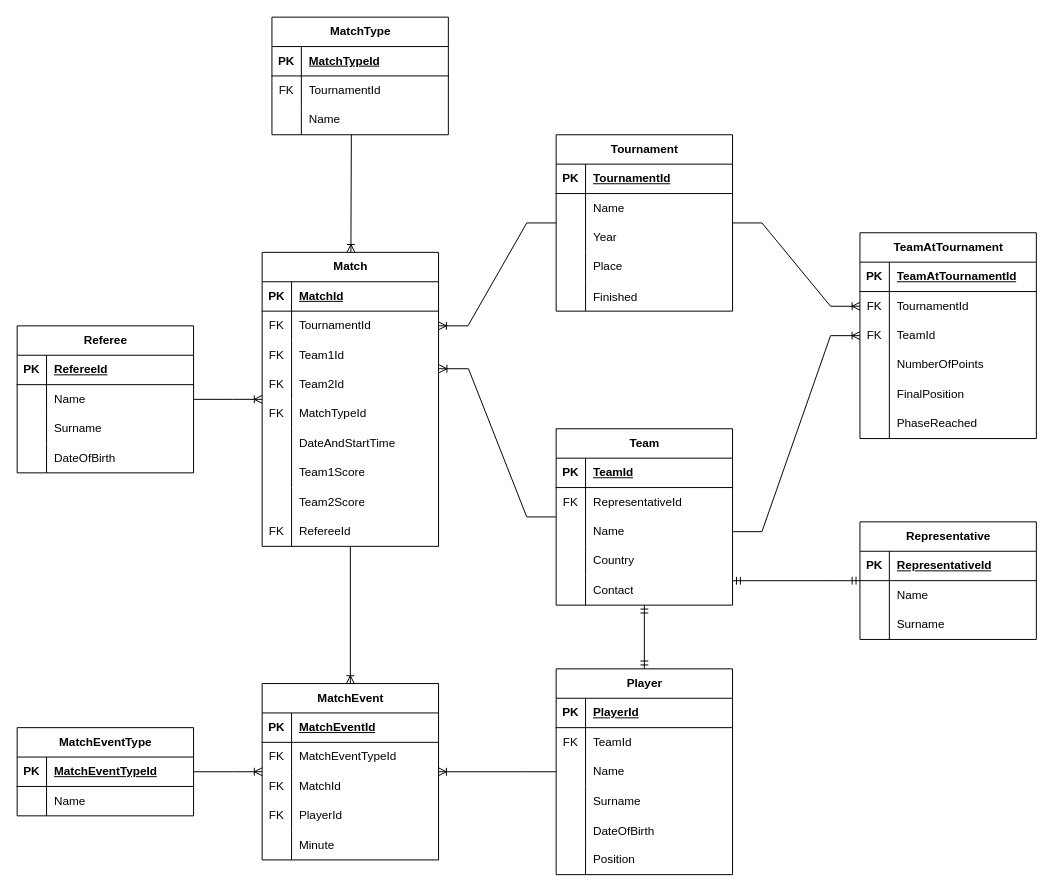
Before: ER dijagram.drawio in miabarada/Internship-6-SQL2, a draw.io diagram. Source tidied: cells renumbered, new cells numbered last; positions are measured from the earlier drawing's top-left corner, leaving out a move shared by most shapes. Both pictures are drawn from the tidied source at 98%, with x=0, y=0 at pixel (17, 17).
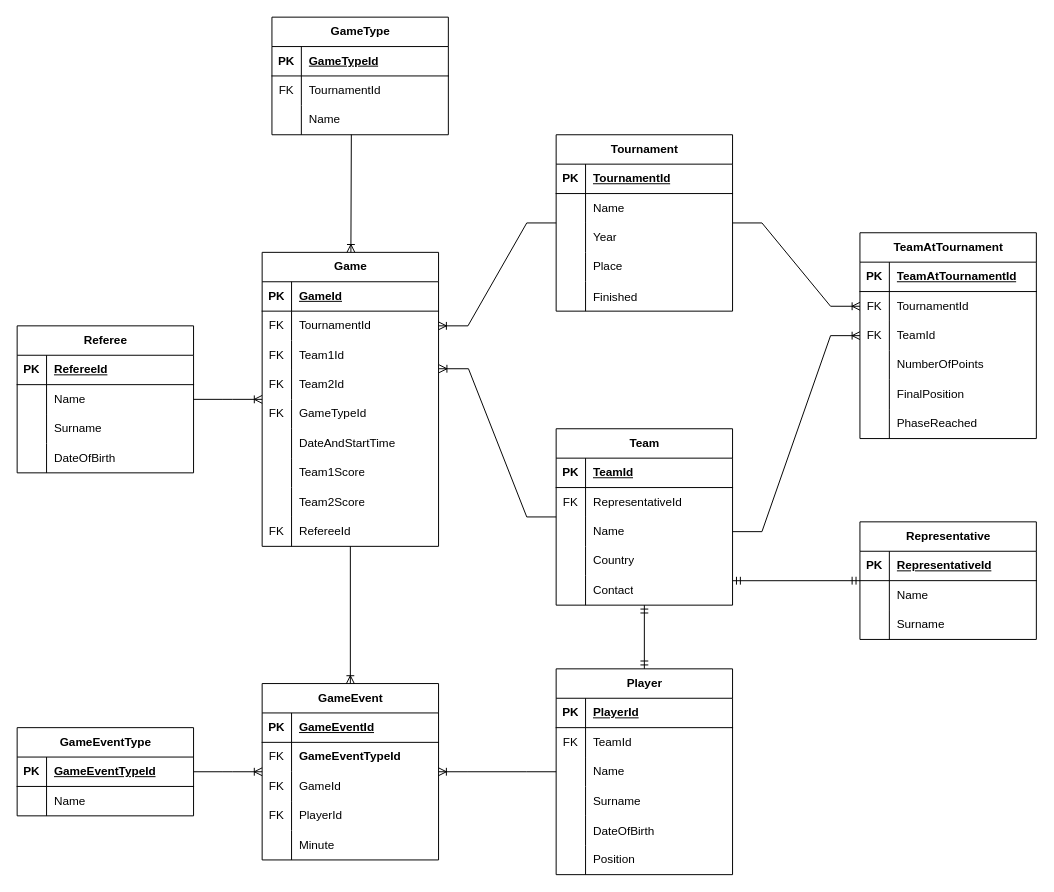
After the change.

Unchanged cells that the change refers to:
```xml
<mxCell id="64" style="shape=tableRow;horizontal=0;startSize=0;swimlaneHead=0;swimlaneBody=0;fillColor=none;top=0;left=0;right=0;bottom=1;" parent="63" vertex="1">
  <mxGeometry y="30" width="180" height="30" as="geometry" />
</mxCell>
<mxCell id="74" style="shape=tableRow;horizontal=0;startSize=0;swimlaneHead=0;swimlaneBody=0;fillColor=none;top=0;left=0;right=0;bottom=1;" parent="73" vertex="1">
  <mxGeometry y="30" width="180" height="30" as="geometry" />
</mxCell>
<mxCell id="86" style="shape=tableRow;horizontal=0;startSize=0;swimlaneHead=0;swimlaneBody=0;fillColor=none;top=0;left=0;right=0;bottom=0;" parent="73" vertex="1">
  <mxGeometry y="150" width="180" height="30" as="geometry" />
</mxCell>
<mxCell id="115" style="shape=tableRow;horizontal=0;startSize=0;swimlaneHead=0;swimlaneBody=0;fillColor=none;top=0;left=0;right=0;bottom=1;" parent="114" vertex="1">
  <mxGeometry y="30" width="180" height="30" as="geometry" />
</mxCell>
<mxCell id="122" style="shape=tableRow;horizontal=0;startSize=0;swimlaneHead=0;swimlaneBody=0;fillColor=none;top=0;left=0;right=0;bottom=1;" parent="121" vertex="1">
  <mxGeometry y="30" width="180" height="30" as="geometry" />
</mxCell>
<mxCell id="125" style="shape=tableRow;horizontal=0;startSize=0;swimlaneHead=0;swimlaneBody=0;fillColor=none;top=0;left=0;right=0;bottom=0;" parent="121" vertex="1">
  <mxGeometry y="60" width="180" height="30" as="geometry" />
</mxCell>
<mxCell id="128" style="shape=tableRow;horizontal=0;startSize=0;swimlaneHead=0;swimlaneBody=0;fillColor=none;top=0;left=0;right=0;bottom=0;" parent="121" vertex="1">
  <mxGeometry y="90" width="180" height="30" as="geometry" />
</mxCell>
```

What changed in the source:
```diff
@@
-    <mxCell id="63" value="MatchType" style="shape=table;startSize=30;childLayout=tableLayout;rowLines=0;fontStyle=1;align=center;html=1;" parent="1" vertex="1">
+    <mxCell id="63" value="GameType" style="shape=table;startSize=30;childLayout=tableLayout;rowLines=0;fontStyle=1;align=center;html=1;" parent="1" vertex="1">
       <mxGeometry x="260" width="180" height="120" as="geometry" />
     </mxCell>
@@
-    <mxCell id="66" value="MatchTypeId" style="shape=partialRectangle;fillColor=none;top=0;left=0;bottom=0;right=0;align=left;spacingLeft=6;fontStyle=5;overflow=hidden;whiteSpace=wrap;html=1;" parent="64" vertex="1">
+    <mxCell id="66" value="GameTypeId" style="shape=partialRectangle;fillColor=none;top=0;left=0;bottom=0;right=0;align=left;spacingLeft=6;fontStyle=5;overflow=hidden;whiteSpace=wrap;html=1;" parent="64" vertex="1">
       <mxGeometry x="30" width="150" height="30" as="geometry" />
     </mxCell>
@@
-    <mxCell id="73" value="Match" style="shape=table;startSize=30;childLayout=tableLayout;rowLines=0;fontStyle=1;align=center;html=1;" parent="1" vertex="1">
+    <mxCell id="73" value="Game" style="shape=table;startSize=30;childLayout=tableLayout;rowLines=0;fontStyle=1;align=center;html=1;" parent="1" vertex="1">
       <mxGeometry x="250" y="240" width="180" height="300" as="geometry" />
     </mxCell>
@@
-    <mxCell id="76" value="MatchId" style="shape=partialRectangle;fillColor=none;top=0;left=0;bottom=0;right=0;align=left;spacingLeft=6;fontStyle=5;overflow=hidden;whiteSpace=wrap;html=1;" parent="74" vertex="1">
+    <mxCell id="76" value="GameId" style="shape=partialRectangle;fillColor=none;top=0;left=0;bottom=0;right=0;align=left;spacingLeft=6;fontStyle=5;overflow=hidden;whiteSpace=wrap;html=1;" parent="74" vertex="1">
       <mxGeometry x="30" width="150" height="30" as="geometry" />
     </mxCell>
@@
-    <mxCell id="88" value="MatchTypeId" style="shape=partialRectangle;fillColor=none;top=0;left=0;bottom=0;right=0;align=left;spacingLeft=6;fontStyle=0;overflow=hidden;whiteSpace=wrap;html=1;" parent="86" vertex="1">
+    <mxCell id="88" value="GameTypeId" style="shape=partialRectangle;fillColor=none;top=0;left=0;bottom=0;right=0;align=left;spacingLeft=6;fontStyle=0;overflow=hidden;whiteSpace=wrap;html=1;" parent="86" vertex="1">
       <mxGeometry x="30" width="150" height="30" as="geometry" />
     </mxCell>
@@
-    <mxCell id="114" value="MatchEventType" style="shape=table;startSize=30;childLayout=tableLayout;rowLines=0;fontStyle=1;align=center;html=1;" parent="1" vertex="1">
+    <mxCell id="114" value="GameEventType" style="shape=table;startSize=30;childLayout=tableLayout;rowLines=0;fontStyle=1;align=center;html=1;" parent="1" vertex="1">
       <mxGeometry y="725" width="180" height="90" as="geometry" />
     </mxCell>
@@
-    <mxCell id="117" value="MatchEventTypeId" style="shape=partialRectangle;fillColor=none;top=0;left=0;bottom=0;right=0;align=left;spacingLeft=6;fontStyle=5;overflow=hidden;whiteSpace=wrap;html=1;" parent="115" vertex="1">
+    <mxCell id="117" value="&lt;span style=&quot;text-align: center; text-wrap-mode: nowrap;&quot;&gt;GameEventTypeId&lt;/span&gt;" style="shape=partialRectangle;fillColor=none;top=0;left=0;bottom=0;right=0;align=left;spacingLeft=6;fontStyle=5;overflow=hidden;whiteSpace=wrap;html=1;" parent="115" vertex="1">
       <mxGeometry x="30" width="150" height="30" as="geometry" />
     </mxCell>
@@
-    <mxCell id="121" value="MatchEvent" style="shape=table;startSize=30;childLayout=tableLayout;rowLines=0;fontStyle=1;align=center;html=1;" parent="1" vertex="1">
+    <mxCell id="121" value="GameEvent" style="shape=table;startSize=30;childLayout=tableLayout;rowLines=0;fontStyle=1;align=center;html=1;" parent="1" vertex="1">
       <mxGeometry x="250" y="680" width="180" height="180" as="geometry" />
     </mxCell>
@@
-    <mxCell id="124" value="MatchEventId" style="shape=partialRectangle;fillColor=none;top=0;left=0;bottom=0;right=0;align=left;spacingLeft=6;fontStyle=5;overflow=hidden;whiteSpace=wrap;html=1;" parent="122" vertex="1">
+    <mxCell id="124" value="&lt;span style=&quot;text-align: center; text-wrap-mode: nowrap;&quot;&gt;GameEventId&lt;/span&gt;" style="shape=partialRectangle;fillColor=none;top=0;left=0;bottom=0;right=0;align=left;spacingLeft=6;fontStyle=5;overflow=hidden;whiteSpace=wrap;html=1;" parent="122" vertex="1">
       <mxGeometry x="30" width="150" height="30" as="geometry" />
     </mxCell>
@@
-    <mxCell id="127" value="MatchEventTypeId" style="shape=partialRectangle;fillColor=none;top=0;left=0;bottom=0;right=0;align=left;spacingLeft=6;fontStyle=0;overflow=hidden;whiteSpace=wrap;html=1;" parent="125" vertex="1">
+    <mxCell id="127" value="&lt;span style=&quot;font-weight: 700; text-align: center; text-wrap-mode: nowrap;&quot;&gt;GameEventTypeId&lt;/span&gt;" style="shape=partialRectangle;fillColor=none;top=0;left=0;bottom=0;right=0;align=left;spacingLeft=6;fontStyle=0;overflow=hidden;whiteSpace=wrap;html=1;" parent="125" vertex="1">
       <mxGeometry x="30" width="150" height="30" as="geometry" />
     </mxCell>
@@
-    <mxCell id="130" value="MatchId" style="shape=partialRectangle;fillColor=none;top=0;left=0;bottom=0;right=0;align=left;spacingLeft=6;fontStyle=0;overflow=hidden;whiteSpace=wrap;html=1;" parent="128" vertex="1">
+    <mxCell id="130" value="GameId" style="shape=partialRectangle;fillColor=none;top=0;left=0;bottom=0;right=0;align=left;spacingLeft=6;fontStyle=0;overflow=hidden;whiteSpace=wrap;html=1;" parent="128" vertex="1">
       <mxGeometry x="30" width="150" height="30" as="geometry" />
     </mxCell>
```
